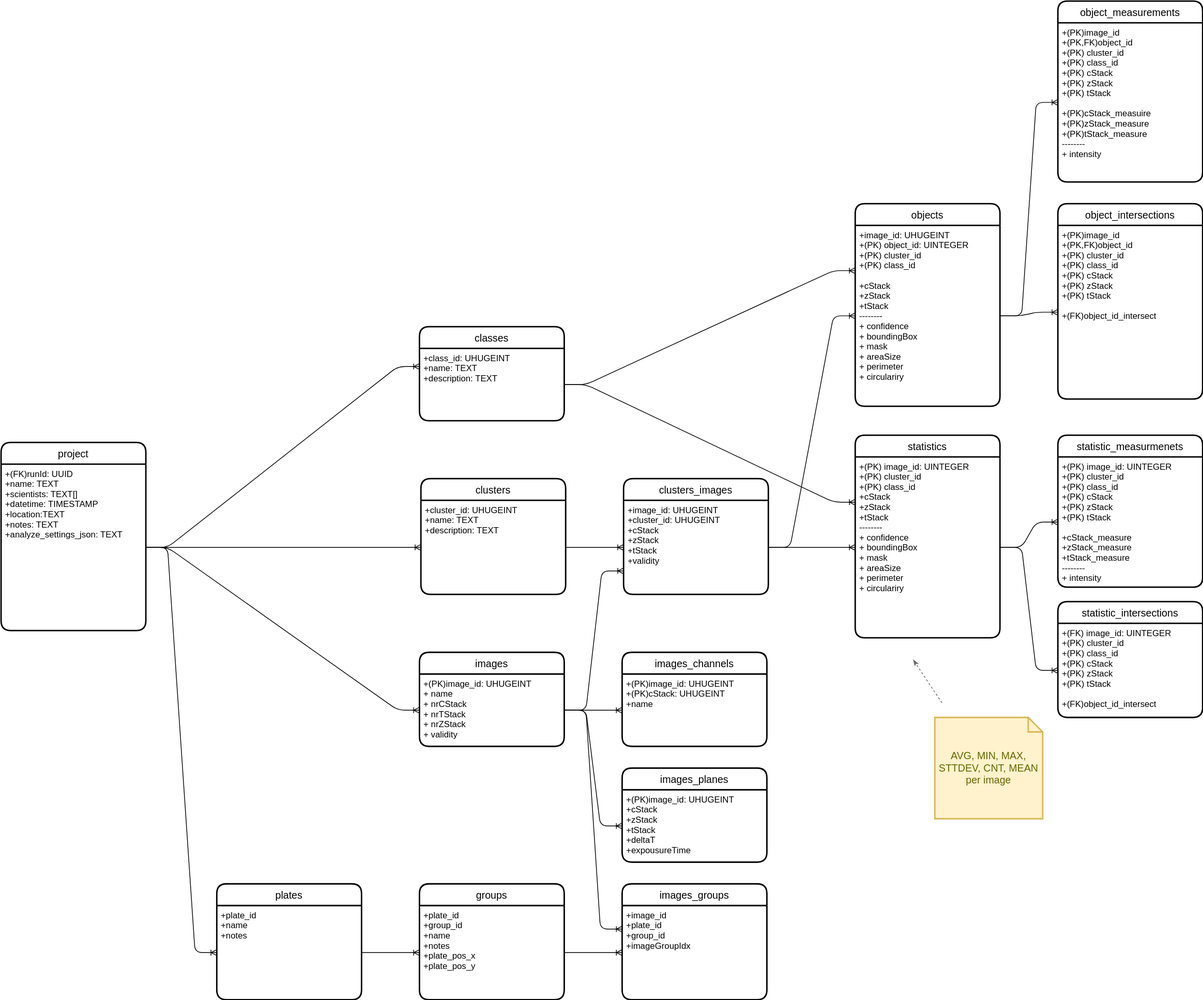
The draw.io diagram doc/database_schema_new.drawio.svg in joda01/imagec, before a commit. Source tidied: cells renumbered, new cells last; positions are measured from the earlier drawing's top-left corner, leaving out a move shared by most shapes.
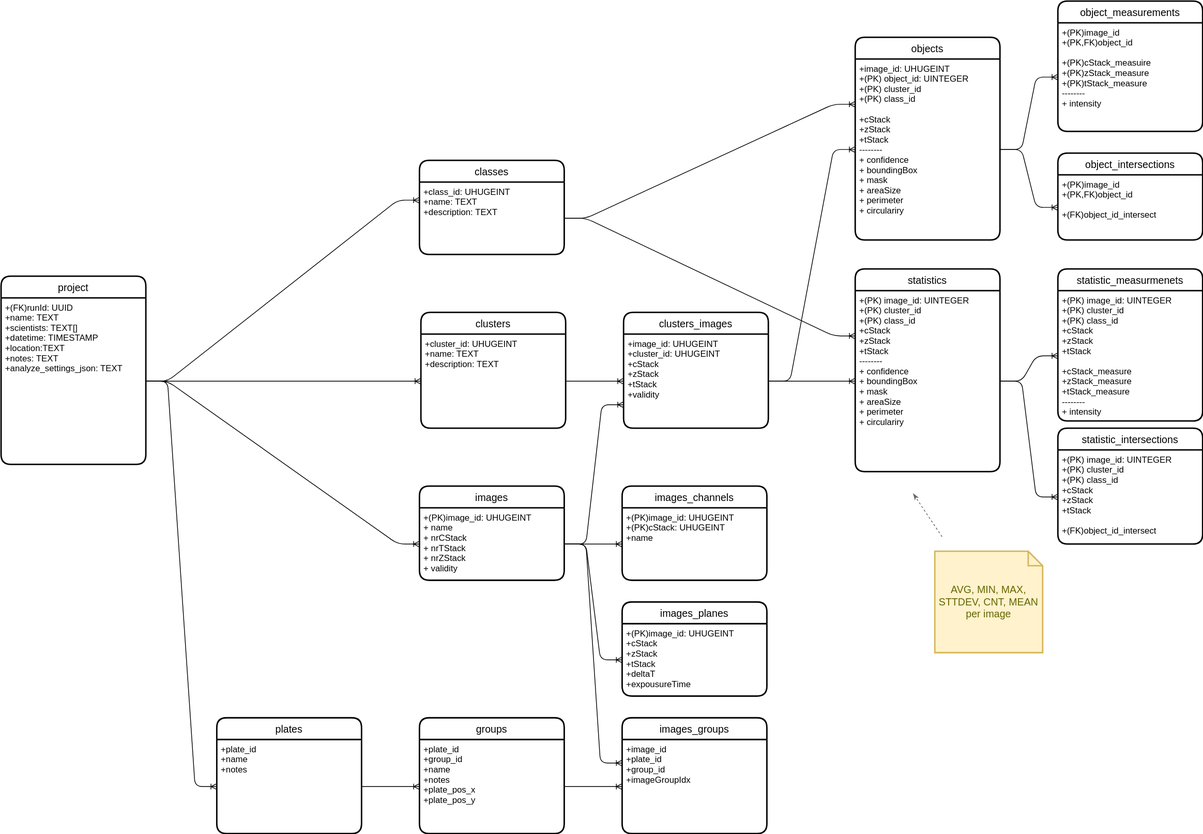
The same file after the commit.

Diff of the diagram source:
```diff
@@ -21,10 +21,10 @@
       <mxGeometry y="30" width="200" height="230" as="geometry" />
     </mxCell>
     <mxCell id="8" value="object_measurements" style="swimlane;horizontal=1;startSize=30;rounded=1;fontSize=14;fontStyle=0;strokeWidth=2;shadow=0;dashed=0;align=center;" parent="1" vertex="1">
-      <mxGeometry x="1460" width="200" height="250" as="geometry" />
+      <mxGeometry x="1460" y="230" width="200" height="180" as="geometry" />
     </mxCell>
-    <mxCell id="9" value="+(PK)image_id&#10;+(PK,FK)object_id&#10;+(PK) cluster_id&#10;+(PK) class_id&#10;+(PK) cStack&#10;+(PK) zStack&#10;+(PK) tStack&#10;&#10;+(PK)cStack_measuire&#10;+(PK)zStack_measure&#10;+(PK)tStack_measure&#10;--------&#10;+ intensity" style="align=left;strokeColor=none;fillColor=none;spacingLeft=4;fontSize=12;verticalAlign=top;" parent="8" vertex="1">
-      <mxGeometry y="30" width="200" height="220" as="geometry" />
+    <mxCell id="9" value="+(PK)image_id&#10;+(PK,FK)object_id&#10;&#10;+(PK)cStack_measuire&#10;+(PK)zStack_measure&#10;+(PK)tStack_measure&#10;--------&#10;+ intensity" style="align=left;strokeColor=none;fillColor=none;spacingLeft=4;fontSize=12;verticalAlign=top;" parent="8" vertex="1">
+      <mxGeometry y="30" width="200" height="150" as="geometry" />
     </mxCell>
     <mxCell id="10" style="edgeStyle=entityRelationEdgeStyle;fontSize=12;html=1;endArrow=ERoneToMany;exitX=1;exitY=0.5;exitDx=0;exitDy=0;entryX=0;entryY=0.5;entryDx=0;entryDy=0;" parent="1" edge="1" source="5" target="9">
       <mxGeometry relative="1" as="geometry" />
@@ -95,7 +95,7 @@
     <mxCell id="32" value="statistic_measurmenets" style="swimlane;horizontal=1;startSize=30;rounded=1;fontSize=14;fontStyle=0;strokeWidth=2;shadow=0;dashed=0;align=center;" parent="1" vertex="1">
       <mxGeometry x="1460" y="600" width="200" height="210" as="geometry" />
     </mxCell>
-    <mxCell id="33" value="+(PK) image_id: UINTEGER&#10;+(PK) cluster_id&#10;+(PK) class_id&#10;+(PK) cStack&#10;+(PK) zStack&#10;+(PK) tStack&#10;&#10;+cStack_measure&#10;+zStack_measure&#10;+tStack_measure&#10;--------&#10;+ intensity&#10;" style="align=left;strokeColor=none;fillColor=none;spacingLeft=4;fontSize=12;verticalAlign=top;" parent="32" vertex="1">
+    <mxCell id="33" value="+(PK) image_id: UINTEGER&#10;+(PK) cluster_id&#10;+(PK) class_id&#10;+cStack&#10;+zStack&#10;+tStack&#10;&#10;+cStack_measure&#10;+zStack_measure&#10;+tStack_measure&#10;--------&#10;+ intensity&#10;" style="align=left;strokeColor=none;fillColor=none;spacingLeft=4;fontSize=12;verticalAlign=top;" parent="32" vertex="1">
       <mxGeometry y="30" width="200" height="180" as="geometry" />
     </mxCell>
     <mxCell id="34" style="edgeStyle=entityRelationEdgeStyle;fontSize=12;html=1;endArrow=ERoneToMany;exitX=1;exitY=0.5;exitDx=0;exitDy=0;entryX=0;entryY=0.5;entryDx=0;entryDy=0;" parent="1" edge="1" source="31" target="33">
@@ -147,18 +147,18 @@
       <mxGeometry relative="1" as="geometry" />
     </mxCell>
     <mxCell id="49" value="object_intersections" style="swimlane;horizontal=1;startSize=30;rounded=1;fontSize=14;fontStyle=0;strokeWidth=2;shadow=0;dashed=0;align=center;" parent="1" vertex="1">
-      <mxGeometry x="1460" y="280" width="200" height="270" as="geometry" />
+      <mxGeometry x="1460" y="440" width="200" height="120" as="geometry" />
     </mxCell>
-    <mxCell id="50" value="+(PK)image_id&#10;+(PK,FK)object_id&#10;+(PK) cluster_id&#10;+(PK) class_id&#10;+(PK) cStack&#10;+(PK) zStack&#10;+(PK) tStack&#10;&#10;+(FK)object_id_intersect" style="align=left;strokeColor=none;fillColor=none;spacingLeft=4;fontSize=12;verticalAlign=top;" parent="49" vertex="1">
-      <mxGeometry y="30" width="200" height="240" as="geometry" />
+    <mxCell id="50" value="+(PK)image_id&#10;+(PK,FK)object_id&#10;&#10;+(FK)object_id_intersect" style="align=left;strokeColor=none;fillColor=none;spacingLeft=4;fontSize=12;verticalAlign=top;" parent="49" vertex="1">
+      <mxGeometry y="30" width="200" height="90" as="geometry" />
     </mxCell>
     <mxCell id="51" style="edgeStyle=entityRelationEdgeStyle;fontSize=12;html=1;endArrow=ERoneToMany;exitX=1;exitY=0.5;exitDx=0;exitDy=0;entryX=0;entryY=0.5;entryDx=0;entryDy=0;" parent="1" edge="1" source="5" target="50">
       <mxGeometry relative="1" as="geometry" />
     </mxCell>
     <mxCell id="52" value="statistic_intersections" style="swimlane;horizontal=1;startSize=30;rounded=1;fontSize=14;fontStyle=0;strokeWidth=2;shadow=0;dashed=0;align=center;" parent="1" vertex="1">
-      <mxGeometry x="1460" y="830" width="200" height="160" as="geometry" />
+      <mxGeometry x="1460" y="820" width="200" height="160" as="geometry" />
     </mxCell>
-    <mxCell id="53" value="+(FK) image_id: UINTEGER&#10;+(PK) cluster_id&#10;+(PK) class_id&#10;+(PK) cStack&#10;+(PK) zStack&#10;+(PK) tStack&#10;&#10;+(FK)object_id_intersect" style="align=left;strokeColor=none;fillColor=none;spacingLeft=4;fontSize=12;verticalAlign=top;" parent="52" vertex="1">
+    <mxCell id="53" value="+(PK) image_id: UINTEGER&#10;+(PK) cluster_id&#10;+(PK) class_id&#10;+cStack&#10;+zStack&#10;+tStack&#10;&#10;+(FK)object_id_intersect" style="align=left;strokeColor=none;fillColor=none;spacingLeft=4;fontSize=12;verticalAlign=top;" parent="52" vertex="1">
       <mxGeometry y="30" width="200" height="130" as="geometry" />
     </mxCell>
     <mxCell id="54" style="edgeStyle=entityRelationEdgeStyle;fontSize=12;html=1;endArrow=ERoneToMany;exitX=1;exitY=0.5;exitDx=0;exitDy=0;entryX=0;entryY=0.5;entryDx=0;entryDy=0;" parent="1" edge="1" source="31" target="53">
```
